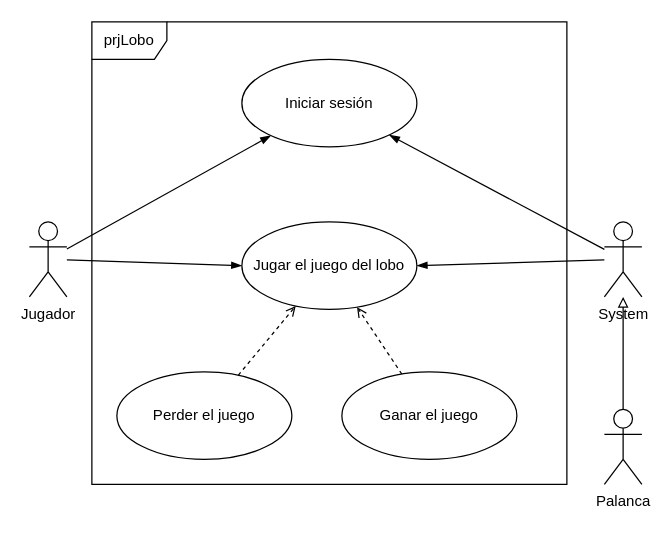
This is prjLobo/design/diagCasoUso.dio from keyaru18/NoteBook, a draw.io file, before an edit. Source tidied: cells renumbered, new cells numbered last; positions are measured from the earlier drawing's top-left corner, leaving out a move shared by most shapes. Both pictures are drawn from the tidied source at 125%, with x=0, y=0 at pixel (29, 21).
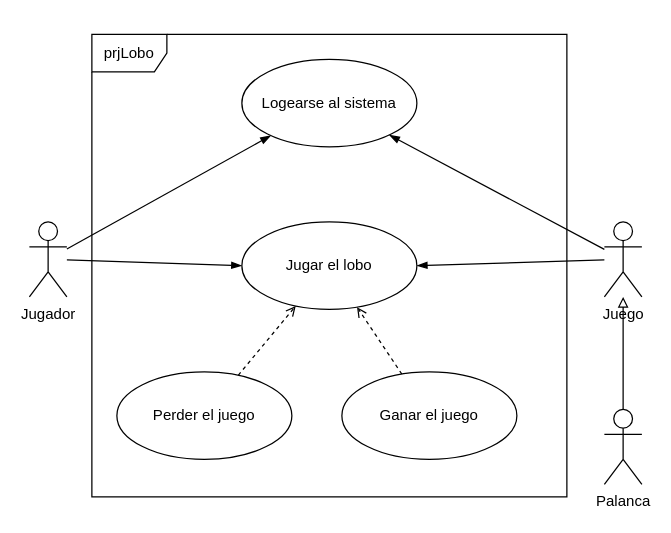
The same page after the edit.

Commit message (it also covers changes not shown here):
Agregar codigo de clase de juego y jugador

The edit, as a diff of the source:
```diff
@@
 <mxGraphModel>
   <root>
     <mxCell id="0" />
     <mxCell id="1" parent="0" />
     <mxCell id="2" style="edgeStyle=none;html=1;entryX=0;entryY=0.5;entryDx=0;entryDy=0;endArrow=blockThin;endFill=1;" parent="1" edge="1" source="4" target="10">
       <mxGeometry relative="1" as="geometry" />
     </mxCell>
     <mxCell id="3" style="edgeStyle=none;html=1;endArrow=blockThin;endFill=1;" parent="1" edge="1" source="4" target="11">
       <mxGeometry relative="1" as="geometry" />
     </mxCell>
     <mxCell id="4" value="Jugador&lt;br&gt;" style="shape=umlActor;verticalLabelPosition=bottom;verticalAlign=top;html=1;" parent="1" vertex="1">
       <mxGeometry y="160" width="30" height="60" as="geometry" />
     </mxCell>
     <mxCell id="5" style="edgeStyle=none;html=1;entryX=1;entryY=0.5;entryDx=0;entryDy=0;endArrow=blockThin;endFill=1;" parent="1" edge="1" source="7" target="10">
       <mxGeometry relative="1" as="geometry" />
     </mxCell>
     <mxCell id="6" style="edgeStyle=none;html=1;endArrow=blockThin;endFill=1;" parent="1" edge="1" source="7" target="11">
       <mxGeometry relative="1" as="geometry" />
     </mxCell>
-    <mxCell id="7" value="System" style="shape=umlActor;verticalLabelPosition=bottom;verticalAlign=top;html=1;" parent="1" vertex="1">
+    <mxCell id="7" value="Juego" style="shape=umlActor;verticalLabelPosition=bottom;verticalAlign=top;html=1;" parent="1" vertex="1">
       <mxGeometry x="460" y="160" width="30" height="60" as="geometry" />
     </mxCell>
     <mxCell id="8" style="edgeStyle=none;html=1;endArrow=block;endFill=0;" parent="1" edge="1" source="9" target="7">
       <mxGeometry relative="1" as="geometry" />
     </mxCell>
     <mxCell id="9" value="Palanca" style="shape=umlActor;verticalLabelPosition=bottom;verticalAlign=top;html=1;" parent="1" vertex="1">
       <mxGeometry x="460" y="310" width="30" height="60" as="geometry" />
     </mxCell>
-    <mxCell id="10" value="Jugar el juego del lobo" style="ellipse;whiteSpace=wrap;html=1;" parent="1" vertex="1">
+    <mxCell id="10" value="Jugar el lobo" style="ellipse;whiteSpace=wrap;html=1;" parent="1" vertex="1">
       <mxGeometry x="170" y="160" width="140" height="70" as="geometry" />
     </mxCell>
-    <mxCell id="11" value="Iniciar sesión" style="ellipse;whiteSpace=wrap;html=1;" parent="1" vertex="1">
+    <mxCell id="11" value="Logearse al sistema" style="ellipse;whiteSpace=wrap;html=1;" parent="1" vertex="1">
       <mxGeometry x="170" y="30" width="140" height="70" as="geometry" />
     </mxCell>
     <mxCell id="12" style="edgeStyle=none;html=1;dashed=1;endArrow=open;endFill=0;" parent="1" edge="1" source="13" target="10">
       <mxGeometry relative="1" as="geometry" />
     </mxCell>
     <mxCell id="13" value="Ganar el juego" style="ellipse;whiteSpace=wrap;html=1;" parent="1" vertex="1">
       <mxGeometry x="250" y="280" width="140" height="70" as="geometry" />
     </mxCell>
     <mxCell id="14" style="edgeStyle=none;html=1;endArrow=open;endFill=0;dashed=1;" parent="1" edge="1" source="15" target="10">
       <mxGeometry relative="1" as="geometry" />
     </mxCell>
     <mxCell id="15" value="Perder el juego" style="ellipse;whiteSpace=wrap;html=1;" parent="1" vertex="1">
       <mxGeometry x="70" y="280" width="140" height="70" as="geometry" />
     </mxCell>
     <mxCell id="16" value="prjLobo" style="shape=umlFrame;whiteSpace=wrap;html=1;" parent="1" vertex="1">
-      <mxGeometry x="50" width="380" height="370" as="geometry" />
+      <mxGeometry x="50" y="10" width="380" height="370" as="geometry" />
     </mxCell>
   </root>
 </mxGraphModel>
```
